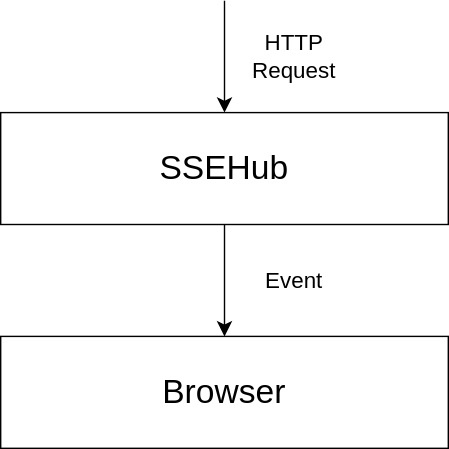
explodinglabs/powersync keeps this draw.io diagram as .images/architecture-light.svg. Above is the earlier version. Source tidied: cells renumbered, new cells last; positions are measured from the earlier drawing's top-left corner, leaving out a move shared by most shapes.
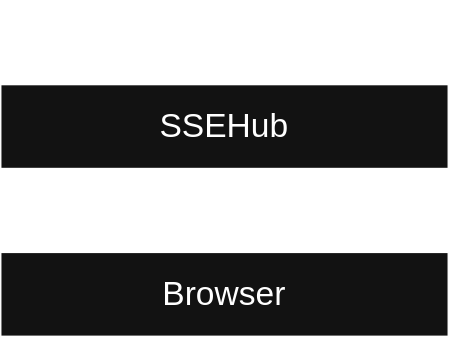
The same diagram one commit later.

Commit message:
Update architecture diagrams

The edit, as a diff of the source:
```diff
@@ -4,23 +4,23 @@
     <mxCell id="1" parent="0" />
     <mxCell id="2" style="edgeStyle=none;curved=1;rounded=0;jettySize=auto;html=1;fontSize=12;startSize=8;endSize=8;" parent="1" edge="1" target="5">
       <mxGeometry relative="1" as="geometry">
-        <mxPoint x="160" as="sourcePoint" />
+        <mxPoint x="160" y="20" as="sourcePoint" />
       </mxGeometry>
     </mxCell>
     <mxCell id="3" value="&lt;font style=&quot;font-size: 24px;&quot;&gt;Browser&lt;/font&gt;" style="rounded=0;whiteSpace=wrap;html=1;" parent="1" vertex="1">
-      <mxGeometry y="240" width="320" height="80" as="geometry" />
+      <mxGeometry y="200" width="320" height="60" as="geometry" />
     </mxCell>
     <mxCell id="4" style="edgeStyle=none;curved=1;rounded=0;jettySize=auto;html=1;fontSize=12;startSize=8;endSize=8;" parent="1" edge="1" source="5" target="3">
       <mxGeometry relative="1" as="geometry" />
     </mxCell>
     <mxCell id="5" value="&lt;font style=&quot;font-size: 24px;&quot;&gt;SSEHub&lt;/font&gt;" style="rounded=0;whiteSpace=wrap;html=1;" parent="1" vertex="1">
-      <mxGeometry y="80" width="320" height="80" as="geometry" />
+      <mxGeometry y="80" width="320" height="60" as="geometry" />
     </mxCell>
-    <mxCell id="6" value="Event" style="text;strokeColor=none;fillColor=none;html=1;align=center;verticalAlign=middle;whiteSpace=wrap;rounded=0;fontSize=16;" parent="1" vertex="1">
-      <mxGeometry x="180" y="180" width="60" height="40" as="geometry" />
+    <mxCell id="6" value="Server-Sent Event" style="text;strokeColor=none;fillColor=none;html=1;align=left;verticalAlign=middle;whiteSpace=wrap;rounded=0;fontSize=16;" parent="1" vertex="1">
+      <mxGeometry x="180" y="140" width="140" height="60" as="geometry" />
     </mxCell>
-    <mxCell id="7" value="HTTP Request" style="text;strokeColor=none;fillColor=none;html=1;align=center;verticalAlign=middle;whiteSpace=wrap;rounded=0;fontSize=16;" parent="1" vertex="1">
-      <mxGeometry x="180" y="20" width="60" height="40" as="geometry" />
+    <mxCell id="7" value="HTTP Request" style="text;strokeColor=none;fillColor=none;html=1;align=left;verticalAlign=middle;whiteSpace=wrap;rounded=0;fontSize=16;" parent="1" vertex="1">
+      <mxGeometry x="180" y="20" width="140" height="60" as="geometry" />
     </mxCell>
   </root>
 </mxGraphModel>
```
